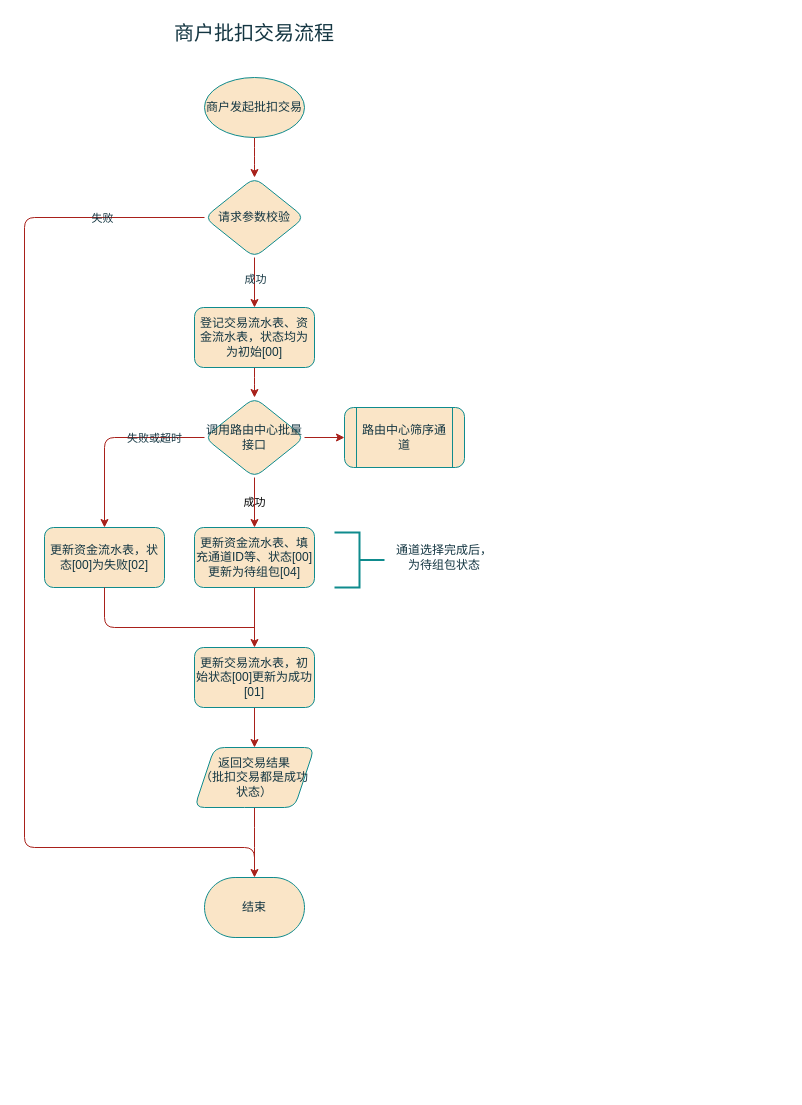
Earlier version of the draw.io diagram page "商户批扣交易流程" (1 of 8) of 代收服务.drawio (gaofv/draw). Source tidied: cells renumbered, new cells numbered last; positions are measured from the earlier drawing's top-left corner, leaving out a move shared by most shapes. Both pictures are drawn from the tidied source at 100%, with x=0, y=0 at pixel (24, 17).
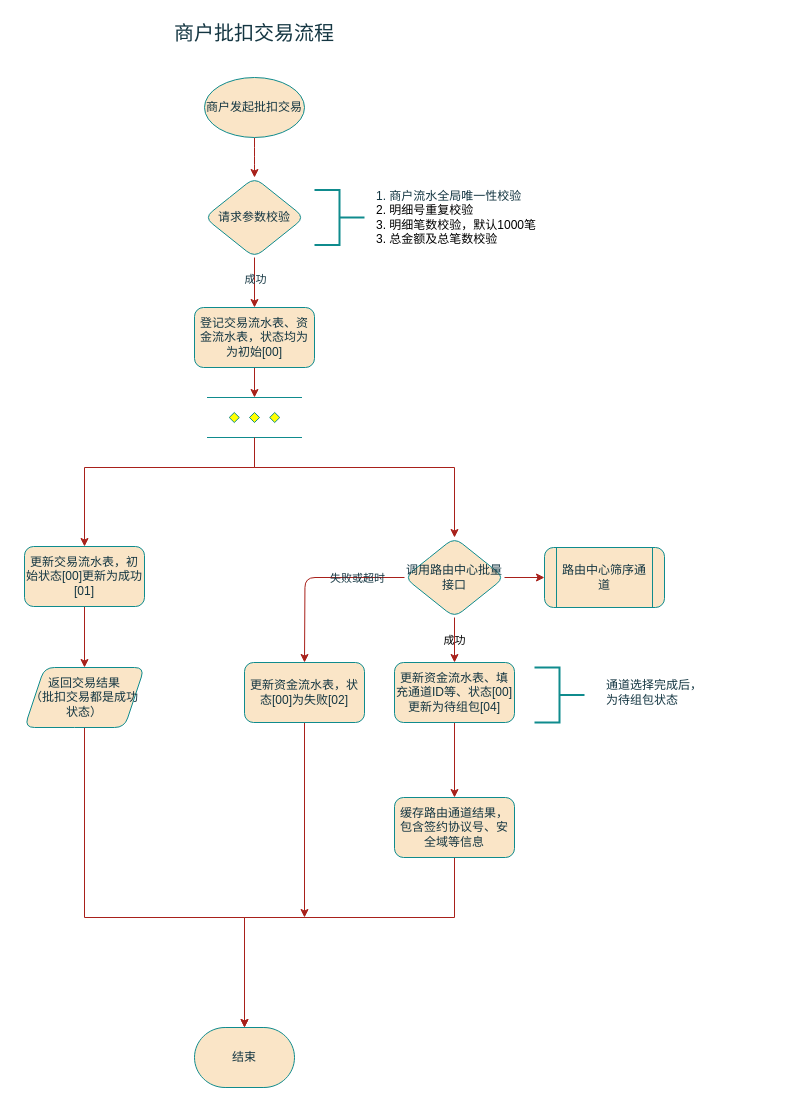
After the change.

Unchanged cells that the change refers to:
```xml
<mxCell id="5" value="登记交易流水表、资金流水表，状态均为为初始[00]" style="whiteSpace=wrap;html=1;strokeWidth=1;labelBackgroundColor=none;rounded=1;labelBorderColor=none;fillColor=#FAE5C7;strokeColor=#0F8B8D;fontColor=#143642;" parent="1" vertex="1">
  <mxGeometry x="170" y="290" width="120" height="60" as="geometry" />
</mxCell>
<mxCell id="11" value="请求参数校验" style="rhombus;whiteSpace=wrap;html=1;strokeWidth=1;labelBackgroundColor=none;rounded=1;labelBorderColor=none;fillColor=#FAE5C7;strokeColor=#0F8B8D;fontColor=#143642;" parent="1" vertex="1">
  <mxGeometry x="180" y="160" width="100" height="80" as="geometry" />
</mxCell>
```

The edit, as a diff of the source:
```diff
@@
-    <mxCell id="4" style="edgeStyle=orthogonalEdgeStyle;rounded=1;jettySize=auto;html=1;labelBackgroundColor=none;fontColor=default;labelBorderColor=none;strokeColor=#A8201A;" parent="1" edge="1" source="5" target="16">
-      <mxGeometry relative="1" as="geometry" />
-    </mxCell>
+    <mxCell id="29" style="edgeStyle=orthogonalEdgeStyle;rounded=0;jettySize=auto;html=1;labelBackgroundColor=none;strokeColor=#A8201A;fontColor=default;" parent="1" edge="1" source="5" target="36">
+      <mxGeometry relative="1" as="geometry" />
+    </mxCell>
@@
     <mxCell id="6" value="结束" style="strokeWidth=1;html=1;shape=mxgraph.flowchart.terminator;whiteSpace=wrap;labelBackgroundColor=none;rounded=1;labelBorderColor=none;fillColor=#FAE5C7;strokeColor=#0F8B8D;fontColor=#143642;" parent="1" vertex="1">
-      <mxGeometry x="180" y="860" width="100" height="60" as="geometry" />
+      <mxGeometry x="170" y="1010" width="100" height="60" as="geometry" />
     </mxCell>
-    <mxCell id="7" style="edgeStyle=orthogonalEdgeStyle;rounded=1;jettySize=auto;html=1;endArrow=classic;endFill=1;entryX=0.5;entryY=0;entryDx=0;entryDy=0;entryPerimeter=0;labelBackgroundColor=none;fontColor=default;labelBorderColor=none;strokeColor=#A8201A;" parent="1" edge="1" source="11" target="6">
-      <mxGeometry relative="1" as="geometry">
-        <Array as="points">
-          <mxPoint y="200" />
-          <mxPoint y="830" />
-          <mxPoint x="230" y="830" />
-        </Array>
-      </mxGeometry>
-    </mxCell>
-    <mxCell id="8" value="失败" style="edgeLabel;html=1;align=center;verticalAlign=middle;labelBackgroundColor=none;rounded=1;labelBorderColor=none;fontColor=#143642;" parent="7" vertex="1">
-      <mxGeometry x="-0.81" relative="1" as="geometry">
-        <mxPoint x="-1" as="offset" />
-      </mxGeometry>
-    </mxCell>
@@
-    <mxCell id="12" style="edgeStyle=orthogonalEdgeStyle;rounded=1;jettySize=auto;html=1;labelBackgroundColor=none;fontColor=default;exitX=0;exitY=0.5;exitDx=0;exitDy=0;labelBorderColor=none;strokeColor=#A8201A;" parent="1" edge="1" source="16" target="17">
-      <mxGeometry relative="1" as="geometry" />
+    <mxCell id="12" style="edgeStyle=orthogonalEdgeStyle;rounded=1;jettySize=auto;html=1;labelBackgroundColor=none;fontColor=default;exitX=0;exitY=0.5;exitDx=0;exitDy=0;labelBorderColor=none;strokeColor=#A8201A;" parent="1" edge="1" source="16">
+      <mxGeometry relative="1" as="geometry">
+        <mxPoint x="280" y="645" as="targetPoint" />
+      </mxGeometry>
     </mxCell>
@@
     <mxCell id="16" value="调用路由中心批量接口" style="rhombus;whiteSpace=wrap;html=1;strokeWidth=1;labelBackgroundColor=none;rounded=1;labelBorderColor=none;fillColor=#FAE5C7;strokeColor=#0F8B8D;fontColor=#143642;" parent="1" vertex="1">
-      <mxGeometry x="180" y="380" width="100" height="80" as="geometry" />
+      <mxGeometry x="380" y="520" width="100" height="80" as="geometry" />
     </mxCell>
+    <mxCell id="30" style="edgeStyle=orthogonalEdgeStyle;rounded=0;jettySize=auto;html=1;labelBackgroundColor=none;strokeColor=#A8201A;fontColor=default;" parent="1" edge="1" source="17">
+      <mxGeometry relative="1" as="geometry">
+        <mxPoint x="280" y="900" as="targetPoint" />
+      </mxGeometry>
+    </mxCell>
     <mxCell id="17" value="更新资金流水表，状态[00]为失败[02]" style="whiteSpace=wrap;html=1;strokeWidth=1;labelBackgroundColor=none;rounded=1;labelBorderColor=none;fillColor=#FAE5C7;strokeColor=#0F8B8D;fontColor=#143642;" parent="1" vertex="1">
-      <mxGeometry x="20" y="510" width="120" height="60" as="geometry" />
+      <mxGeometry x="220" y="645" width="120" height="60" as="geometry" />
     </mxCell>
-    <mxCell id="18" style="edgeStyle=orthogonalEdgeStyle;rounded=1;jettySize=auto;html=1;labelBackgroundColor=none;fontColor=default;labelBorderColor=none;strokeColor=#A8201A;" parent="1" edge="1" source="19" target="21">
-      <mxGeometry relative="1" as="geometry" />
-    </mxCell>
+    <mxCell id="31" style="edgeStyle=orthogonalEdgeStyle;rounded=0;jettySize=auto;html=1;labelBackgroundColor=none;strokeColor=#A8201A;fontColor=default;" parent="1" edge="1" source="19" target="39">
+      <mxGeometry relative="1" as="geometry" />
+    </mxCell>
     <mxCell id="19" value="更新资金流水表、填充通道ID等、状态[00]更新为待组包[04]" style="whiteSpace=wrap;html=1;strokeWidth=1;labelBackgroundColor=none;rounded=1;labelBorderColor=none;fillColor=#FAE5C7;strokeColor=#0F8B8D;fontColor=#143642;" parent="1" vertex="1">
-      <mxGeometry x="170" y="510" width="120" height="60" as="geometry" />
+      <mxGeometry x="370" y="645" width="120" height="60" as="geometry" />
     </mxCell>
-    <mxCell id="20" style="edgeStyle=orthogonalEdgeStyle;rounded=1;jettySize=auto;html=1;labelBackgroundColor=none;fontColor=default;labelBorderColor=none;strokeColor=#A8201A;" parent="1" edge="1" source="21" target="23">
+    <mxCell id="20" style="edgeStyle=orthogonalEdgeStyle;rounded=0;jettySize=auto;html=1;labelBackgroundColor=none;strokeColor=#A8201A;fontColor=default;" parent="1" edge="1" source="21" target="23">
       <mxGeometry relative="1" as="geometry" />
     </mxCell>
     <mxCell id="21" value="更新交易流水表，初始状态[00]更新为成功[01]" style="whiteSpace=wrap;html=1;strokeWidth=1;labelBackgroundColor=none;rounded=1;labelBorderColor=none;fillColor=#FAE5C7;strokeColor=#0F8B8D;fontColor=#143642;" parent="1" vertex="1">
-      <mxGeometry x="170" y="630" width="120" height="60" as="geometry" />
+      <mxGeometry y="529" width="120" height="60" as="geometry" />
     </mxCell>
-    <mxCell id="22" style="edgeStyle=orthogonalEdgeStyle;rounded=1;jettySize=auto;html=1;endArrow=none;endFill=0;labelBackgroundColor=none;fontColor=default;labelBorderColor=none;strokeColor=#A8201A;" parent="1" edge="1" source="23">
-      <mxGeometry relative="1" as="geometry">
-        <mxPoint x="230" y="850" as="targetPoint" />
-      </mxGeometry>
-    </mxCell>
+    <mxCell id="32" style="edgeStyle=orthogonalEdgeStyle;rounded=0;jettySize=auto;html=1;exitX=0.5;exitY=1;exitDx=0;exitDy=0;entryX=0.5;entryY=0;entryDx=0;entryDy=0;entryPerimeter=0;labelBackgroundColor=none;strokeColor=#A8201A;fontColor=default;" parent="1" edge="1" source="23" target="6">
+      <mxGeometry relative="1" as="geometry">
+        <Array as="points">
+          <mxPoint x="60" y="900" />
+          <mxPoint x="220" y="900" />
+        </Array>
+      </mxGeometry>
+    </mxCell>
     <mxCell id="23" value="返回交易结果&lt;br&gt;（批扣交易都是成功状态）" style="shape=parallelogram;perimeter=parallelogramPerimeter;whiteSpace=wrap;html=1;fixedSize=1;strokeWidth=1;labelBackgroundColor=none;rounded=1;labelBorderColor=none;fillColor=#FAE5C7;strokeColor=#0F8B8D;fontColor=#143642;" parent="1" vertex="1">
-      <mxGeometry x="170" y="730" width="120" height="60" as="geometry" />
+      <mxGeometry y="650" width="120" height="60" as="geometry" />
     </mxCell>
@@
-    <mxCell id="25" style="endArrow=none;html=1;rounded=1;endFill=0;labelBackgroundColor=none;fontColor=default;labelBorderColor=none;strokeColor=#A8201A;" parent="1" edge="1">
-      <mxGeometry relative="1" as="geometry">
-        <mxPoint x="80" y="570" as="sourcePoint" />
-        <mxPoint x="230" y="610" as="targetPoint" />
-        <Array as="points">
-          <mxPoint x="80" y="610" />
-        </Array>
-      </mxGeometry>
-    </mxCell>
     <mxCell id="26" value="路由中心筛序通道" style="shape=process;whiteSpace=wrap;html=1;backgroundOutline=1;strokeWidth=1;labelBackgroundColor=none;rounded=1;labelBorderColor=none;fillColor=#FAE5C7;strokeColor=#0F8B8D;fontColor=#143642;" parent="1" vertex="1">
-      <mxGeometry x="320" y="390" width="120" height="60" as="geometry" />
+      <mxGeometry x="520" y="530" width="120" height="60" as="geometry" />
     </mxCell>
-    <mxCell id="27" style="strokeWidth=2;html=1;shape=mxgraph.flowchart.annotation_2;align=left;labelPosition=right;strokeColor=#0F8B8D;fontColor=#143642;fillColor=#FAE5C7;direction=west;" parent="1" vertex="1">
-      <mxGeometry x="310" y="515" width="50" height="55" as="geometry" />
+    <mxCell id="27" style="strokeWidth=2;html=1;shape=mxgraph.flowchart.annotation_2;align=left;labelPosition=right;strokeColor=#0F8B8D;fontColor=#143642;fillColor=#FAE5C7;direction=west;labelBackgroundColor=none;" parent="1" vertex="1">
+      <mxGeometry x="510" y="650" width="50" height="55" as="geometry" />
     </mxCell>
-    <mxCell id="28" value="通道选择完成后，&lt;br&gt;为待组包状态" style="text;html=1;strokeColor=none;fillColor=none;align=center;verticalAlign=middle;whiteSpace=wrap;rounded=0;fontColor=#143642;" parent="1" vertex="1">
-      <mxGeometry x="330" y="529" width="180" height="22" as="geometry" />
+    <mxCell id="28" value="通道选择完成后，&lt;br&gt;为待组包状态" style="text;html=1;strokeColor=none;fillColor=none;align=left;verticalAlign=middle;whiteSpace=wrap;rounded=0;fontColor=#143642;labelBackgroundColor=none;" parent="1" vertex="1">
+      <mxGeometry x="580" y="664" width="180" height="22" as="geometry" />
     </mxCell>
+    <mxCell id="33" style="strokeWidth=2;html=1;shape=mxgraph.flowchart.annotation_2;align=left;labelPosition=right;strokeColor=#0F8B8D;fontColor=#143642;fillColor=#FAE5C7;direction=west;labelBackgroundColor=none;" parent="1" vertex="1">
+      <mxGeometry x="290" y="172.5" width="50" height="55" as="geometry" />
+    </mxCell>
+    <mxCell id="34" value="1.&amp;nbsp;商户流水全局唯一性校验&lt;br style=&quot;border-color: var(--border-color); color: rgb(0, 0, 0);&quot;&gt;&lt;span style=&quot;color: rgb(0, 0, 0);&quot;&gt;2.&amp;nbsp;明细号重复校验&lt;/span&gt;&lt;br style=&quot;border-color: var(--border-color); color: rgb(0, 0, 0);&quot;&gt;&lt;span style=&quot;color: rgb(0, 0, 0);&quot;&gt;3. 明细笔数校验，默认1000笔&lt;/span&gt;&lt;br style=&quot;border-color: var(--border-color); color: rgb(0, 0, 0);&quot;&gt;&lt;span style=&quot;color: rgb(0, 0, 0);&quot;&gt;3. 总金额及总笔数校验&lt;/span&gt;" style="text;html=1;strokeColor=none;fillColor=none;align=left;verticalAlign=middle;whiteSpace=wrap;rounded=0;fontColor=#143642;labelBackgroundColor=none;" parent="1" vertex="1">
+      <mxGeometry x="350" y="189" width="180" height="22" as="geometry" />
+    </mxCell>
+    <mxCell id="35" style="edgeStyle=orthogonalEdgeStyle;rounded=0;jettySize=auto;html=1;exitX=0.5;exitY=1;exitDx=0;exitDy=0;exitPerimeter=0;entryX=0.5;entryY=0;entryDx=0;entryDy=0;labelBackgroundColor=none;strokeColor=#A8201A;fontColor=default;" parent="1" edge="1" source="36" target="21">
+      <mxGeometry relative="1" as="geometry">
+        <Array as="points">
+          <mxPoint x="230" y="450" />
+          <mxPoint x="60" y="450" />
+        </Array>
+      </mxGeometry>
+    </mxCell>
+    <mxCell id="36" style="verticalLabelPosition=bottom;verticalAlign=top;html=1;shape=mxgraph.flowchart.parallel_mode;labelBackgroundColor=none;fillColor=#FAE5C7;strokeColor=#0F8B8D;fontColor=#143642;" parent="1" vertex="1">
+      <mxGeometry x="182.5" y="380" width="95" height="40" as="geometry" />
+    </mxCell>
+    <mxCell id="37" style="edgeStyle=orthogonalEdgeStyle;rounded=0;jettySize=auto;html=1;entryX=0.5;entryY=0;entryDx=0;entryDy=0;labelBackgroundColor=none;strokeColor=#A8201A;fontColor=default;" parent="1" edge="1" target="16">
+      <mxGeometry relative="1" as="geometry">
+        <mxPoint x="230" y="420" as="sourcePoint" />
+        <Array as="points">
+          <mxPoint x="230" y="450" />
+          <mxPoint x="430" y="450" />
+        </Array>
+      </mxGeometry>
+    </mxCell>
+    <mxCell id="38" style="edgeStyle=orthogonalEdgeStyle;rounded=0;orthogonalLoop=1;jettySize=auto;html=1;labelBackgroundColor=none;strokeColor=#A8201A;fontColor=default;" parent="1" edge="1">
+      <mxGeometry relative="1" as="geometry">
+        <mxPoint x="430" y="810" as="sourcePoint" />
+        <mxPoint x="220" y="1010" as="targetPoint" />
+        <Array as="points">
+          <mxPoint x="430" y="900" />
+        </Array>
+      </mxGeometry>
+    </mxCell>
+    <mxCell id="39" value="缓存路由通道结果，包含签约协议号、安全域等信息" style="whiteSpace=wrap;html=1;strokeWidth=1;labelBackgroundColor=none;rounded=1;labelBorderColor=none;fillColor=#FAE5C7;strokeColor=#0F8B8D;fontColor=#143642;" parent="1" vertex="1">
+      <mxGeometry x="370" y="780" width="120" height="60" as="geometry" />
+    </mxCell>
```
